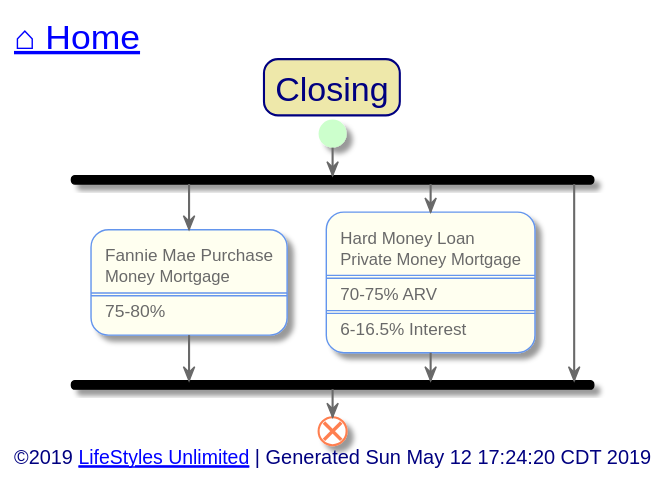
Before: out/src/single-family/closing.svg, a diagram exported from PlantUML (toddmo/lifestylesunlimited).
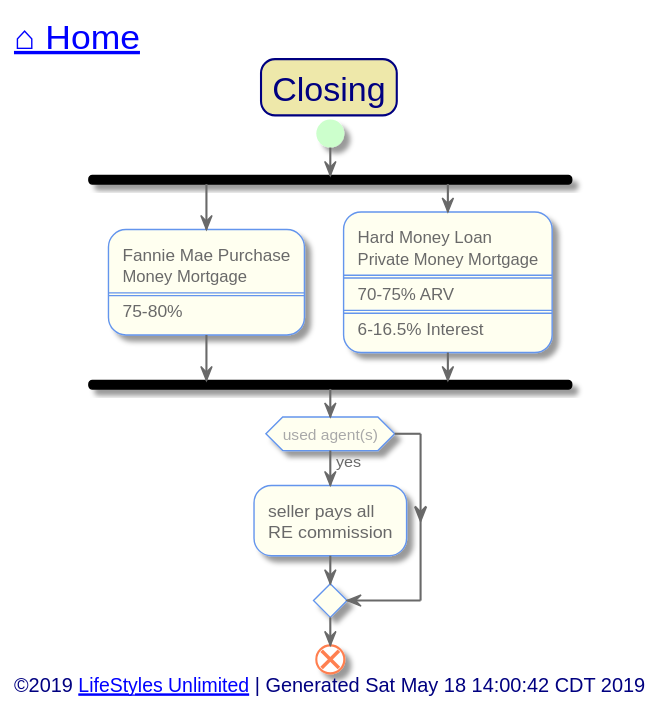
The same diagram one commit later.

The edit, as a diff of the source:
```diff
@@ -95,16 +95,18 @@
 			70-75% ARV
 			====
 			6-16.5% Interest;
-		fork again
+		end fork
 
-
-		end fork
+		if(used agent(s)) then (yes)
+			:seller pays all
+			RE commission;
+		endif
 
 	end
 
 
 left footer
-	<font size=14>©2019 [[http://www.lifestylesunlimited.com LifeStyles Unlimited]] | Generated Sun May 12 17:24:20 CDT 2019</font>
+	<font size=14>©2019 [[http://www.lifestylesunlimited.com LifeStyles Unlimited]] | Generated Sat May 18 14:00:42 CDT 2019</font>
 endfooter
 
 
```
